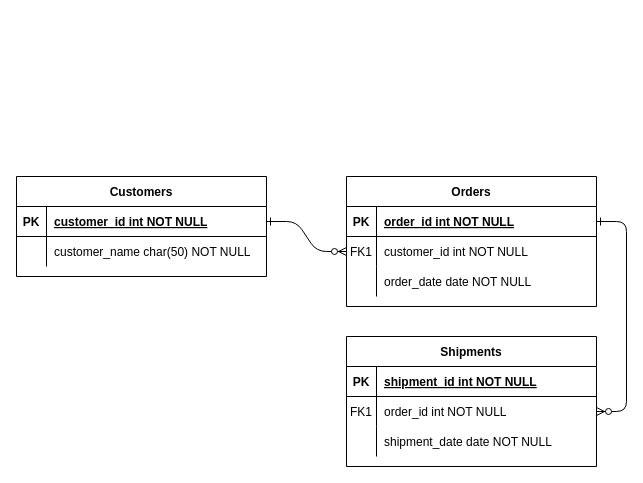
This is Untitled Diagram.drawio from anasrul03/FutsalBook_2.0, a draw.io file, before an edit. Source tidied: cells renumbered, new cells numbered last; positions are measured from the earlier drawing's top-left corner, leaving out a move shared by most shapes. Both pictures are drawn from the tidied source at 100%, with x=0, y=0 at pixel (16, 176).
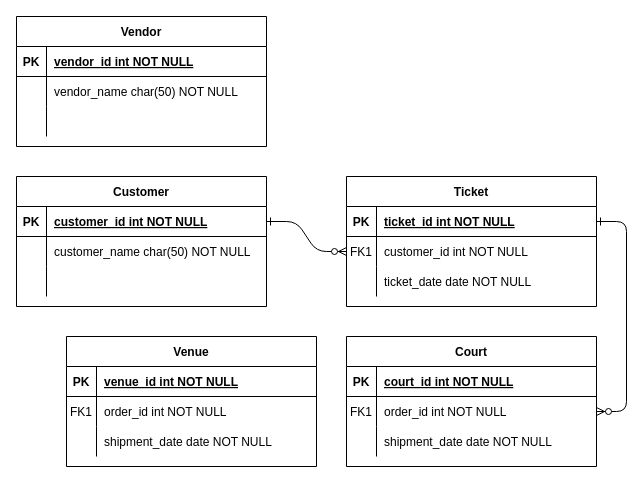
Above is the later version.

Unchanged cells that the change refers to:
```xml
<mxCell id="5" style="shape=partialRectangle;fillColor=none;points=[[0,0.5],[1,0.5]];portConstraint=eastwest;top=0;left=0;right=0;bottom=1;" parent="4" vertex="1">
  <mxGeometry y="30" width="250" height="30" as="geometry" />
</mxCell>
<mxCell id="11" style="shape=partialRectangle;fillColor=none;top=0;left=0;right=0;bottom=0;" parent="4" vertex="1">
  <mxGeometry y="90" width="250" height="30" as="geometry" />
</mxCell>
<mxCell id="15" style="shape=partialRectangle;fillColor=none;top=0;left=0;right=0;bottom=1;" parent="14" vertex="1">
  <mxGeometry y="30" width="250" height="30" as="geometry" />
</mxCell>
```

The edit, as a diff of the source:
```diff
@@
-    <mxCell id="4" value="Orders" style="shape=table;startSize=30;childLayout=tableLayout;rowLines=0;fontStyle=1;align=center;" parent="1" vertex="1">
+    <mxCell id="4" value="Ticket" style="shape=table;startSize=30;childLayout=tableLayout;rowLines=0;fontStyle=1;align=center;" parent="1" vertex="1">
       <mxGeometry x="330" width="250" height="130" as="geometry" />
     </mxCell>
@@
-    <mxCell id="7" value="order_id int NOT NULL " style="shape=partialRectangle;overflow=hidden;fillColor=none;top=0;left=0;bottom=0;right=0;align=left;spacingLeft=6;fontStyle=5;" parent="5" vertex="1">
+    <mxCell id="7" value="ticket_id int NOT NULL " style="shape=partialRectangle;overflow=hidden;fillColor=none;top=0;left=0;bottom=0;right=0;align=left;spacingLeft=6;fontStyle=5;" parent="5" vertex="1">
       <mxGeometry x="30" width="220" height="30" as="geometry" />
     </mxCell>
@@
-    <mxCell id="13" value="order_date date NOT NULL" style="shape=partialRectangle;overflow=hidden;fillColor=none;top=0;left=0;bottom=0;right=0;align=left;spacingLeft=6;" parent="11" vertex="1">
+    <mxCell id="13" value="ticket_date date NOT NULL" style="shape=partialRectangle;overflow=hidden;fillColor=none;top=0;left=0;bottom=0;right=0;align=left;spacingLeft=6;" parent="11" vertex="1">
       <mxGeometry x="30" width="220" height="30" as="geometry" />
     </mxCell>
-    <mxCell id="14" value="Shipments" style="shape=table;startSize=30;childLayout=tableLayout;rowLines=0;fontStyle=1;align=center;" parent="1" vertex="1">
+    <mxCell id="14" value="Court" style="shape=table;startSize=30;childLayout=tableLayout;rowLines=0;fontStyle=1;align=center;" parent="1" vertex="1">
       <mxGeometry x="330" y="160" width="250" height="130" as="geometry" />
     </mxCell>
@@
-    <mxCell id="17" value="shipment_id int NOT NULL " style="shape=partialRectangle;overflow=hidden;fillColor=none;top=0;left=0;bottom=0;right=0;align=left;spacingLeft=6;fontStyle=5;" parent="15" vertex="1">
+    <mxCell id="17" value="court_id int NOT NULL " style="shape=partialRectangle;overflow=hidden;fillColor=none;top=0;left=0;bottom=0;right=0;align=left;spacingLeft=6;fontStyle=5;" parent="15" vertex="1">
       <mxGeometry x="30" width="220" height="30" as="geometry" />
     </mxCell>
@@
-    <mxCell id="24" value="Customers" style="shape=table;startSize=30;childLayout=tableLayout;rowLines=0;fontStyle=1;align=center;" parent="1" vertex="1">
-      <mxGeometry width="250" height="100" as="geometry" />
+    <mxCell id="24" value="Customer" style="shape=table;startSize=30;childLayout=tableLayout;rowLines=0;fontStyle=1;align=center;" parent="1" vertex="1">
+      <mxGeometry width="250" height="130" as="geometry" />
     </mxCell>
@@
+    <mxCell id="31" style="shape=partialRectangle;fillColor=none;top=0;left=0;right=0;bottom=0;" parent="24" vertex="1">
+      <mxGeometry y="90" width="250" height="30" as="geometry" />
+    </mxCell>
+    <mxCell id="32" style="shape=partialRectangle;overflow=hidden;fillColor=none;top=0;left=0;bottom=0;right=0;shadow=0;" parent="31" vertex="1">
+      <mxGeometry width="30" height="30" as="geometry" />
+    </mxCell>
+    <mxCell id="33" style="shape=partialRectangle;overflow=hidden;fillColor=none;top=0;left=0;bottom=0;right=0;align=left;spacingLeft=6;shadow=0;labelBorderColor=none;" parent="31" vertex="1">
+      <mxGeometry x="30" width="220" height="30" as="geometry" />
+    </mxCell>
+    <mxCell id="34" value="Venue" style="shape=table;startSize=30;childLayout=tableLayout;rowLines=0;fontStyle=1;align=center;" parent="1" vertex="1">
+      <mxGeometry x="50" y="160" width="250" height="130" as="geometry" />
+    </mxCell>
+    <mxCell id="35" style="shape=partialRectangle;fillColor=none;top=0;left=0;right=0;bottom=1;" parent="34" vertex="1">
+      <mxGeometry y="30" width="250" height="30" as="geometry" />
+    </mxCell>
+    <mxCell id="36" value="PK" style="shape=partialRectangle;overflow=hidden;fillColor=none;top=0;left=0;bottom=0;right=0;fontStyle=1;" parent="35" vertex="1">
+      <mxGeometry width="30" height="30" as="geometry" />
+    </mxCell>
+    <mxCell id="37" value="venue_id int NOT NULL " style="shape=partialRectangle;overflow=hidden;fillColor=none;top=0;left=0;bottom=0;right=0;align=left;spacingLeft=6;fontStyle=5;" parent="35" vertex="1">
+      <mxGeometry x="30" width="220" height="30" as="geometry" />
+    </mxCell>
+    <mxCell id="38" style="shape=partialRectangle;fillColor=none;top=0;left=0;right=0;bottom=0;" parent="34" vertex="1">
+      <mxGeometry y="60" width="250" height="30" as="geometry" />
+    </mxCell>
+    <mxCell id="39" value="FK1" style="shape=partialRectangle;overflow=hidden;fillColor=none;top=0;left=0;bottom=0;right=0;" parent="38" vertex="1">
+      <mxGeometry width="30" height="30" as="geometry" />
+    </mxCell>
+    <mxCell id="40" value="order_id int NOT NULL" style="shape=partialRectangle;overflow=hidden;fillColor=none;top=0;left=0;bottom=0;right=0;align=left;spacingLeft=6;" parent="38" vertex="1">
+      <mxGeometry x="30" width="220" height="30" as="geometry" />
+    </mxCell>
+    <mxCell id="41" style="shape=partialRectangle;fillColor=none;top=0;left=0;right=0;bottom=0;" parent="34" vertex="1">
+      <mxGeometry y="90" width="250" height="30" as="geometry" />
+    </mxCell>
+    <mxCell id="42" style="shape=partialRectangle;overflow=hidden;fillColor=none;top=0;left=0;bottom=0;right=0;" parent="41" vertex="1">
+      <mxGeometry width="30" height="30" as="geometry" />
+    </mxCell>
+    <mxCell id="43" value="shipment_date date NOT NULL" style="shape=partialRectangle;overflow=hidden;fillColor=none;top=0;left=0;bottom=0;right=0;align=left;spacingLeft=6;" parent="41" vertex="1">
+      <mxGeometry x="30" width="220" height="30" as="geometry" />
+    </mxCell>
+    <mxCell id="44" value="Vendor" style="shape=table;startSize=30;childLayout=tableLayout;rowLines=0;fontStyle=1;align=center;" parent="1" vertex="1">
+      <mxGeometry y="-160" width="250" height="130" as="geometry" />
+    </mxCell>
+    <mxCell id="45" style="shape=partialRectangle;fillColor=none;top=0;left=0;right=0;bottom=1;" parent="44" vertex="1">
+      <mxGeometry y="30" width="250" height="30" as="geometry" />
+    </mxCell>
+    <mxCell id="46" value="PK" style="shape=partialRectangle;overflow=hidden;fillColor=none;top=0;left=0;bottom=0;right=0;fontStyle=1;" parent="45" vertex="1">
+      <mxGeometry width="30" height="30" as="geometry" />
+    </mxCell>
+    <mxCell id="47" value="vendor_id int NOT NULL " style="shape=partialRectangle;overflow=hidden;fillColor=none;top=0;left=0;bottom=0;right=0;align=left;spacingLeft=6;fontStyle=5;" parent="45" vertex="1">
+      <mxGeometry x="30" width="220" height="30" as="geometry" />
+    </mxCell>
+    <mxCell id="48" style="shape=partialRectangle;fillColor=none;top=0;left=0;right=0;bottom=0;" parent="44" vertex="1">
+      <mxGeometry y="60" width="250" height="30" as="geometry" />
+    </mxCell>
+    <mxCell id="49" style="shape=partialRectangle;overflow=hidden;fillColor=none;top=0;left=0;bottom=0;right=0;" parent="48" vertex="1">
+      <mxGeometry width="30" height="30" as="geometry" />
+    </mxCell>
+    <mxCell id="50" value="vendor_name char(50) NOT NULL" style="shape=partialRectangle;overflow=hidden;fillColor=none;top=0;left=0;bottom=0;right=0;align=left;spacingLeft=6;" parent="48" vertex="1">
+      <mxGeometry x="30" width="220" height="30" as="geometry" />
+    </mxCell>
+    <mxCell id="51" style="shape=partialRectangle;fillColor=none;top=0;left=0;right=0;bottom=0;" parent="44" vertex="1">
+      <mxGeometry y="90" width="250" height="30" as="geometry" />
+    </mxCell>
+    <mxCell id="52" style="shape=partialRectangle;overflow=hidden;fillColor=none;top=0;left=0;bottom=0;right=0;shadow=0;" parent="51" vertex="1">
+      <mxGeometry width="30" height="30" as="geometry" />
+    </mxCell>
+    <mxCell id="53" style="shape=partialRectangle;overflow=hidden;fillColor=none;top=0;left=0;bottom=0;right=0;align=left;spacingLeft=6;shadow=0;labelBorderColor=none;" parent="51" vertex="1">
+      <mxGeometry x="30" width="220" height="30" as="geometry" />
+    </mxCell>
```
